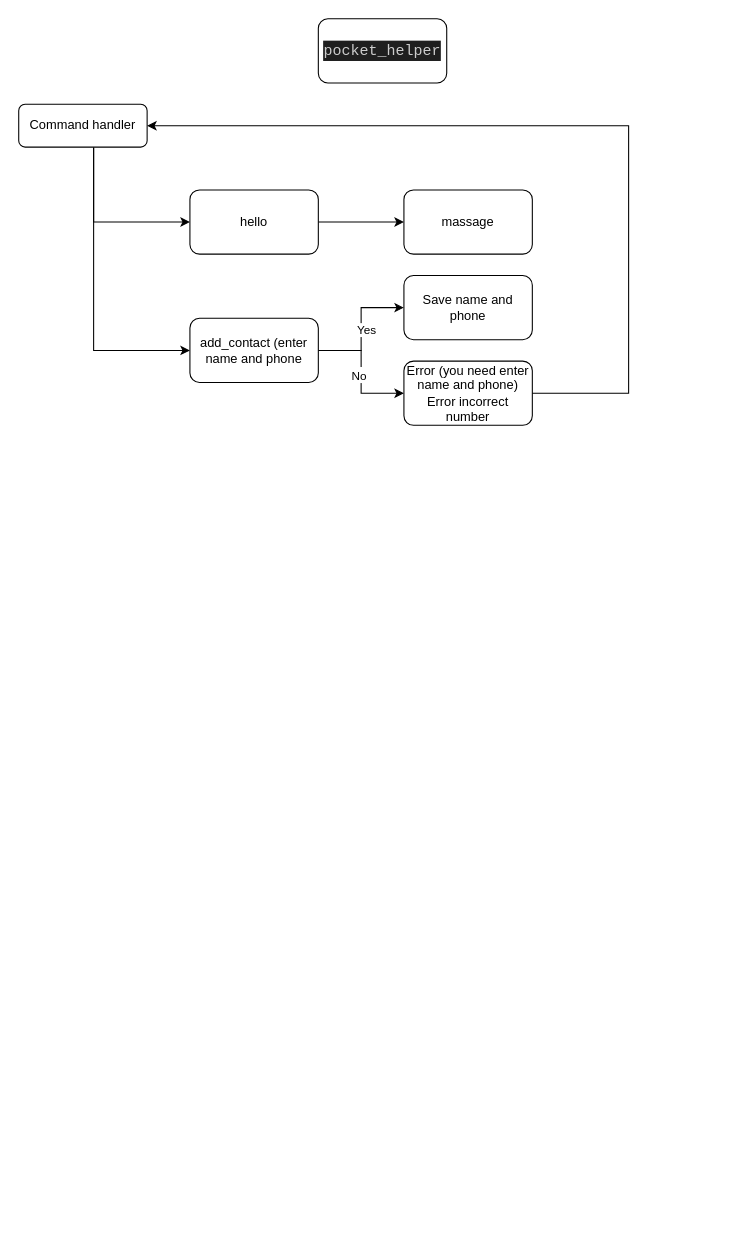
This is Диаграмма без названия.drawio from Alex-Tsyb/Web_HW_1, a draw.io file, before an edit. Source tidied: cells renumbered, new cells numbered last; positions are measured from the earlier drawing's top-left corner, leaving out a move shared by most shapes. Both pictures are drawn from the tidied source at 107%, with x=0, y=0 at pixel (18, 18).
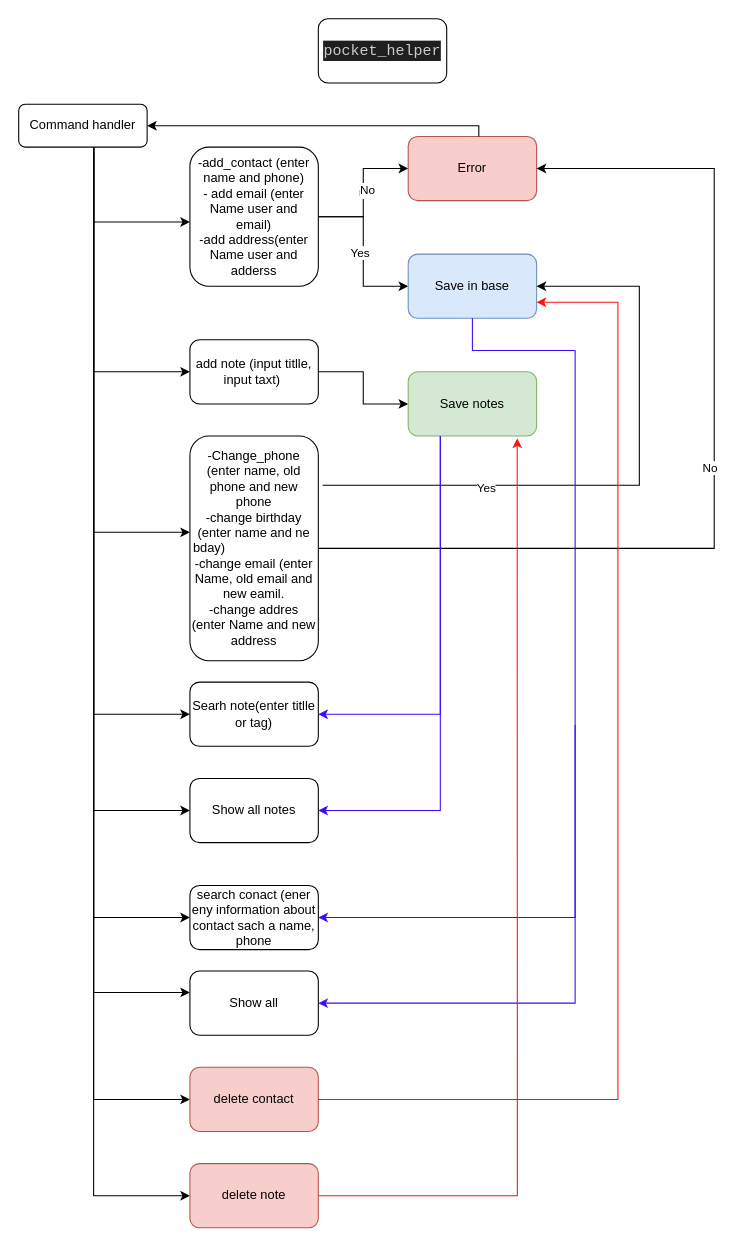
The same page after the edit.

Unchanged cells that the change refers to:
```xml
<mxCell id="4" value="Command handler" style="rounded=1;whiteSpace=wrap;html=1;fontSize=12;glass=0;strokeWidth=1;shadow=0;" parent="1" vertex="1">
  <mxGeometry y="80" width="120" height="40" as="geometry" />
</mxCell>
```

The edit, as a diff of the source:
```diff
@@
-    <mxCell id="2" style="edgeStyle=orthogonalEdgeStyle;rounded=0;jettySize=auto;html=1;entryX=0;entryY=0.5;entryDx=0;entryDy=0;" parent="1" edge="1" source="4" target="7">
-      <mxGeometry relative="1" as="geometry">
-        <Array as="points">
-          <mxPoint x="70" y="190" />
-        </Array>
-      </mxGeometry>
-    </mxCell>
     <mxCell id="3" style="edgeStyle=orthogonalEdgeStyle;rounded=0;jettySize=auto;html=1;" parent="1" edge="1" source="4" target="14">
       <mxGeometry relative="1" as="geometry">
         <Array as="points">
-          <mxPoint x="70" y="310" />
+          <mxPoint x="70" y="190" />
         </Array>
       </mxGeometry>
     </mxCell>
+    <mxCell id="18" style="edgeStyle=orthogonalEdgeStyle;rounded=0;jettySize=auto;html=1;" parent="1" edge="1" source="4" target="27">
+      <mxGeometry relative="1" as="geometry">
+        <Array as="points">
+          <mxPoint x="70" y="330" />
+        </Array>
+      </mxGeometry>
+    </mxCell>
+    <mxCell id="19" style="edgeStyle=orthogonalEdgeStyle;rounded=0;jettySize=auto;html=1;" parent="1" edge="1" source="4" target="31">
+      <mxGeometry relative="1" as="geometry">
+        <Array as="points">
+          <mxPoint x="70" y="480" />
+        </Array>
+      </mxGeometry>
+    </mxCell>
+    <mxCell id="20" style="edgeStyle=orthogonalEdgeStyle;rounded=0;jettySize=auto;html=1;" parent="1" edge="1" source="4" target="34">
+      <mxGeometry relative="1" as="geometry">
+        <Array as="points">
+          <mxPoint x="70" y="840" />
+        </Array>
+      </mxGeometry>
+    </mxCell>
+    <mxCell id="21" style="edgeStyle=orthogonalEdgeStyle;rounded=0;jettySize=auto;html=1;" parent="1" edge="1" source="4" target="36">
+      <mxGeometry relative="1" as="geometry">
+        <Array as="points">
+          <mxPoint x="70" y="650" />
+        </Array>
+      </mxGeometry>
+    </mxCell>
+    <mxCell id="22" style="edgeStyle=orthogonalEdgeStyle;rounded=0;jettySize=auto;html=1;" parent="1" edge="1" source="4" target="38">
+      <mxGeometry relative="1" as="geometry">
+        <Array as="points">
+          <mxPoint x="70" y="910" />
+        </Array>
+      </mxGeometry>
+    </mxCell>
+    <mxCell id="23" style="edgeStyle=orthogonalEdgeStyle;rounded=0;jettySize=auto;html=1;" parent="1" edge="1" source="4" target="39">
+      <mxGeometry relative="1" as="geometry">
+        <Array as="points">
+          <mxPoint x="70" y="740" />
+        </Array>
+      </mxGeometry>
+    </mxCell>
+    <mxCell id="24" style="edgeStyle=orthogonalEdgeStyle;rounded=0;jettySize=auto;html=1;" parent="1" edge="1" source="4" target="42">
+      <mxGeometry relative="1" as="geometry">
+        <Array as="points">
+          <mxPoint x="70" y="1010" />
+        </Array>
+      </mxGeometry>
+    </mxCell>
+    <mxCell id="25" style="edgeStyle=orthogonalEdgeStyle;rounded=0;jettySize=auto;html=1;" parent="1" edge="1" source="4" target="43">
+      <mxGeometry relative="1" as="geometry">
+        <Array as="points">
+          <mxPoint x="70" y="1100" />
+        </Array>
+      </mxGeometry>
+    </mxCell>
@@
-    <mxCell id="6" style="edgeStyle=orthogonalEdgeStyle;rounded=0;jettySize=auto;html=1;" parent="1" edge="1" source="7" target="8">
-      <mxGeometry relative="1" as="geometry" />
-    </mxCell>
-    <mxCell id="7" value="hello" style="whiteSpace=wrap;html=1;rounded=1;glass=0;strokeWidth=1;shadow=0;" parent="1" vertex="1">
-      <mxGeometry x="160" y="160" width="120" height="60" as="geometry" />
-    </mxCell>
-    <mxCell id="8" value="massage" style="whiteSpace=wrap;html=1;rounded=1;glass=0;strokeWidth=1;shadow=0;" parent="1" vertex="1">
-      <mxGeometry x="360" y="160" width="120" height="60" as="geometry" />
-    </mxCell>
@@
-    <mxCell id="14" value="add_contact (enter name and phone" style="whiteSpace=wrap;html=1;rounded=1;glass=0;strokeWidth=1;shadow=0;" parent="1" vertex="1">
-      <mxGeometry x="160" y="280" width="120" height="60" as="geometry" />
+    <mxCell id="14" value="-add_contact (enter name and phone)&lt;br&gt;- add email (enter Name user and email)&lt;br&gt;-add address(enter Name user and adderss" style="whiteSpace=wrap;html=1;rounded=1;glass=0;strokeWidth=1;shadow=0;" parent="1" vertex="1">
+      <mxGeometry x="160" y="120" width="120" height="130" as="geometry" />
     </mxCell>
-    <mxCell id="15" value="Save name and phone" style="whiteSpace=wrap;html=1;rounded=1;glass=0;strokeWidth=1;shadow=0;" parent="1" vertex="1">
-      <mxGeometry x="360" y="240" width="120" height="60" as="geometry" />
+    <mxCell id="15" value="Save in base" style="whiteSpace=wrap;html=1;rounded=1;glass=0;strokeWidth=1;shadow=0;fillColor=#dae8fc;strokeColor=#6c8ebf;" parent="1" vertex="1">
+      <mxGeometry x="364" y="220" width="120" height="60" as="geometry" />
     </mxCell>
-    <mxCell id="16" value="Error (you need enter name and phone) Error incorrect number" style="whiteSpace=wrap;html=1;rounded=1;glass=0;strokeWidth=1;shadow=0;" parent="1" vertex="1">
-      <mxGeometry x="360" y="320" width="120" height="60" as="geometry" />
+    <mxCell id="16" value="Error" style="whiteSpace=wrap;html=1;rounded=1;glass=0;strokeWidth=1;shadow=0;fillColor=#f8cecc;strokeColor=#b85450;" parent="1" vertex="1">
+      <mxGeometry x="364" y="110" width="120" height="60" as="geometry" />
     </mxCell>
-    <mxCell id="17" style="endArrow=classic;html=1;rounded=0;exitX=1;exitY=0.5;exitDx=0;exitDy=0;entryX=1;entryY=0.5;entryDx=0;entryDy=0;" parent="1" edge="1" source="16" target="4">
+    <mxCell id="17" style="endArrow=classic;html=1;rounded=0;entryX=1;entryY=0.5;entryDx=0;entryDy=0;" parent="1" edge="1" target="4">
       <mxGeometry relative="1" as="geometry">
+        <mxPoint x="430" y="110" as="sourcePoint" />
         <Array as="points">
-          <mxPoint x="570" y="350" />
-          <mxPoint x="570" y="100" />
+          <mxPoint x="430" y="110" />
+          <mxPoint x="430" y="100" />
         </Array>
       </mxGeometry>
     </mxCell>
+    <mxCell id="26" style="edgeStyle=orthogonalEdgeStyle;rounded=0;jettySize=auto;html=1;" parent="1" edge="1" source="27" target="28">
+      <mxGeometry relative="1" as="geometry" />
+    </mxCell>
+    <mxCell id="27" value="add note (input titlle, input taxt)&amp;nbsp;" style="whiteSpace=wrap;html=1;rounded=1;glass=0;strokeWidth=1;shadow=0;" parent="1" vertex="1">
+      <mxGeometry x="160" y="300" width="120" height="60" as="geometry" />
+    </mxCell>
+    <mxCell id="28" value="Save notes" style="whiteSpace=wrap;html=1;rounded=1;glass=0;strokeWidth=1;shadow=0;fillColor=#d5e8d4;strokeColor=#82b366;" parent="1" vertex="1">
+      <mxGeometry x="364" y="330" width="120" height="60" as="geometry" />
+    </mxCell>
+    <mxCell id="29" style="edgeStyle=orthogonalEdgeStyle;rounded=0;jettySize=auto;html=1;entryX=1;entryY=0.5;entryDx=0;entryDy=0;" parent="1" edge="1" source="31" target="16">
+      <mxGeometry relative="1" as="geometry">
+        <Array as="points">
+          <mxPoint x="650" y="495" />
+          <mxPoint x="650" y="140" />
+        </Array>
+      </mxGeometry>
+    </mxCell>
+    <mxCell id="30" value="No" style="edgeLabel;html=1;align=center;verticalAlign=middle;" parent="29" vertex="1">
+      <mxGeometry y="5" relative="1" as="geometry" />
+    </mxCell>
+    <mxCell id="31" value="-Change_phone (enter name, old phone and new phone&lt;br&gt;-change birthday (enter name and ne bday)&amp;nbsp; &amp;nbsp; &amp;nbsp; &amp;nbsp; &amp;nbsp; &amp;nbsp; &amp;nbsp; &amp;nbsp; &amp;nbsp; &amp;nbsp; &amp;nbsp; &amp;nbsp; &amp;nbsp; -change email (enter Name, old email and new eamil.&lt;br&gt;-change addres (enter Name and new address" style="whiteSpace=wrap;html=1;rounded=1;glass=0;strokeWidth=1;shadow=0;" parent="1" vertex="1">
+      <mxGeometry x="160" y="390" width="120" height="210" as="geometry" />
+    </mxCell>
+    <mxCell id="32" style="endArrow=classic;html=1;rounded=0;exitX=1.033;exitY=0.219;exitDx=0;exitDy=0;entryX=1;entryY=0.5;entryDx=0;entryDy=0;exitPerimeter=0;" parent="1" edge="1" source="31" target="15">
+      <mxGeometry relative="1" as="geometry">
+        <Array as="points">
+          <mxPoint x="580" y="436" />
+          <mxPoint x="580" y="340" />
+          <mxPoint x="580" y="250" />
+        </Array>
+      </mxGeometry>
+    </mxCell>
+    <mxCell id="33" value="Yes" style="edgeLabel;html=1;align=center;verticalAlign=middle;" parent="32" vertex="1">
+      <mxGeometry x="-0.47" y="-3" relative="1" as="geometry" />
+    </mxCell>
+    <mxCell id="34" value="search conact (ener eny information about contact sach a name, phone" style="whiteSpace=wrap;html=1;rounded=1;glass=0;strokeWidth=1;shadow=0;" parent="1" vertex="1">
+      <mxGeometry x="160" y="810" width="120" height="60" as="geometry" />
+    </mxCell>
+    <mxCell id="35" style="endArrow=classic;html=1;rounded=0;exitX=0.5;exitY=1;exitDx=0;exitDy=0;entryX=1;entryY=0.5;entryDx=0;entryDy=0;strokeColor=#3E09FF;" parent="1" edge="1" source="15" target="34">
+      <mxGeometry relative="1" as="geometry">
+        <Array as="points">
+          <mxPoint x="424" y="310" />
+          <mxPoint x="520" y="310" />
+          <mxPoint x="520" y="480" />
+          <mxPoint x="520" y="660" />
+          <mxPoint x="520" y="840" />
+        </Array>
+      </mxGeometry>
+    </mxCell>
+    <mxCell id="36" value="Searh note(enter titlle or tag)" style="whiteSpace=wrap;html=1;rounded=1;glass=0;strokeWidth=1;shadow=0;" parent="1" vertex="1">
+      <mxGeometry x="160" y="620" width="120" height="60" as="geometry" />
+    </mxCell>
+    <mxCell id="37" style="endArrow=classic;html=1;rounded=0;exitX=0.25;exitY=1;exitDx=0;exitDy=0;entryX=1;entryY=0.5;entryDx=0;entryDy=0;strokeColor=#3E09FF;" parent="1" edge="1" source="28" target="36">
+      <mxGeometry relative="1" as="geometry">
+        <Array as="points">
+          <mxPoint x="394" y="650" />
+        </Array>
+      </mxGeometry>
+    </mxCell>
+    <mxCell id="38" value="Show all" style="whiteSpace=wrap;html=1;rounded=1;glass=0;strokeWidth=1;shadow=0;" parent="1" vertex="1">
+      <mxGeometry x="160" y="890" width="120" height="60" as="geometry" />
+    </mxCell>
+    <mxCell id="39" value="Show all notes" style="whiteSpace=wrap;html=1;rounded=1;glass=0;strokeWidth=1;shadow=0;" parent="1" vertex="1">
+      <mxGeometry x="160" y="710" width="120" height="60" as="geometry" />
+    </mxCell>
+    <mxCell id="40" style="endArrow=classic;html=1;rounded=0;entryX=1;entryY=0.5;entryDx=0;entryDy=0;strokeColor=#3E09FF;" parent="1" edge="1" target="38">
+      <mxGeometry relative="1" as="geometry">
+        <mxPoint x="520" y="660" as="sourcePoint" />
+        <Array as="points">
+          <mxPoint x="520" y="920" />
+        </Array>
+      </mxGeometry>
+    </mxCell>
+    <mxCell id="41" style="endArrow=classic;html=1;rounded=0;entryX=1;entryY=0.5;entryDx=0;entryDy=0;exitX=0.25;exitY=1;exitDx=0;exitDy=0;strokeColor=#3E09FF;" parent="1" edge="1" source="28" target="39">
+      <mxGeometry relative="1" as="geometry">
+        <Array as="points">
+          <mxPoint x="394" y="740" />
+        </Array>
+      </mxGeometry>
+    </mxCell>
+    <mxCell id="42" value="delete contact" style="whiteSpace=wrap;html=1;rounded=1;glass=0;strokeWidth=1;shadow=0;fillColor=#f8cecc;strokeColor=#b85450;" parent="1" vertex="1">
+      <mxGeometry x="160" y="980" width="120" height="60" as="geometry" />
+    </mxCell>
+    <mxCell id="43" value="delete note" style="whiteSpace=wrap;html=1;rounded=1;glass=0;strokeWidth=1;shadow=0;fillColor=#f8cecc;strokeColor=#b85450;" parent="1" vertex="1">
+      <mxGeometry x="160" y="1070" width="120" height="60" as="geometry" />
+    </mxCell>
+    <mxCell id="44" style="endArrow=classic;html=1;rounded=0;exitX=1;exitY=0.5;exitDx=0;exitDy=0;entryX=1;entryY=0.75;entryDx=0;entryDy=0;strokeColor=#FF1111;" parent="1" edge="1" source="42" target="15">
+      <mxGeometry relative="1" as="geometry">
+        <Array as="points">
+          <mxPoint x="560" y="1010" />
+          <mxPoint x="560" y="265" />
+        </Array>
+      </mxGeometry>
+    </mxCell>
+    <mxCell id="45" style="endArrow=classic;html=1;rounded=0;entryX=0.849;entryY=1.037;entryDx=0;entryDy=0;entryPerimeter=0;exitX=1;exitY=0.5;exitDx=0;exitDy=0;fillColor=#f8cecc;strokeColor=#FF1111;" parent="1" edge="1" source="43" target="28">
+      <mxGeometry relative="1" as="geometry">
+        <Array as="points">
+          <mxPoint x="466" y="1100" />
+        </Array>
+      </mxGeometry>
+    </mxCell>
```
